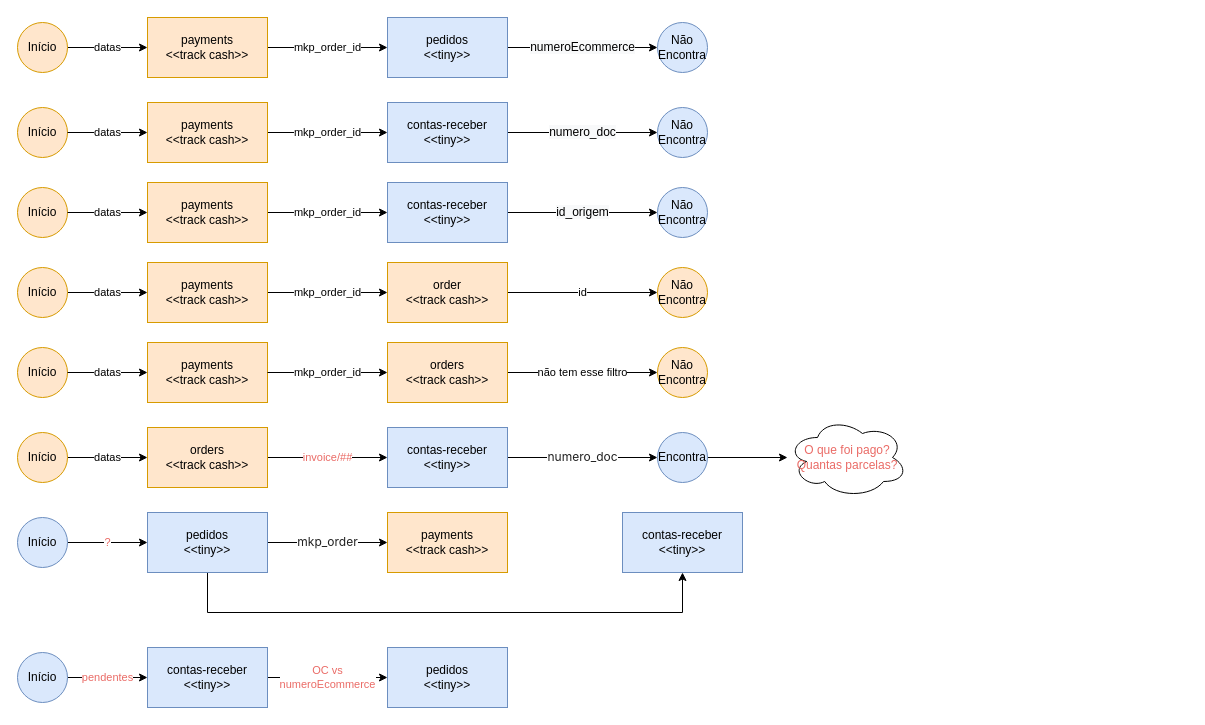
Before: docs/baixa-recebiveis.drawio in ddsdaniel/tiny-mais, a draw.io diagram. Source tidied: cells renumbered, new cells numbered last; positions are measured from the earlier drawing's top-left corner, leaving out a move shared by most shapes. Both pictures are drawn from the tidied source at 100%, with x=0, y=0 at pixel (17, 17).
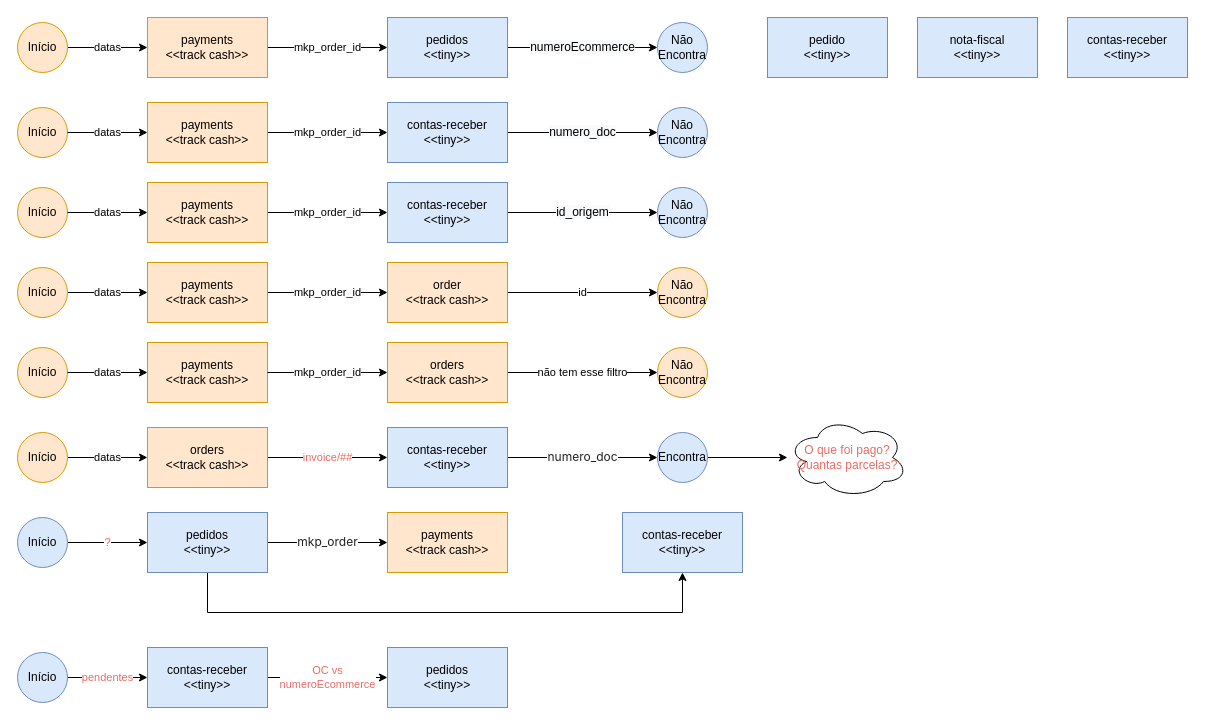
The same diagram, later.

Change to the diagram source:
```diff
@@
+    <mxCell id="58" value="pedido&lt;br&gt;&amp;lt;&amp;lt;tiny&amp;gt;&amp;gt;" style="rounded=0;whiteSpace=wrap;html=1;fillColor=#dae8fc;strokeColor=#6c8ebf;" parent="1" vertex="1">
+      <mxGeometry x="750" width="120" height="60" as="geometry" />
+    </mxCell>
+    <mxCell id="59" value="nota-fiscal&lt;br&gt;&amp;lt;&amp;lt;tiny&amp;gt;&amp;gt;" style="rounded=0;whiteSpace=wrap;html=1;fillColor=#dae8fc;strokeColor=#6c8ebf;" parent="1" vertex="1">
+      <mxGeometry x="900" width="120" height="60" as="geometry" />
+    </mxCell>
+    <mxCell id="60" value="contas-receber&lt;br&gt;&amp;lt;&amp;lt;tiny&amp;gt;&amp;gt;" style="rounded=0;whiteSpace=wrap;html=1;fillColor=#dae8fc;strokeColor=#6c8ebf;" parent="1" vertex="1">
+      <mxGeometry x="1050" width="120" height="60" as="geometry" />
+    </mxCell>
```
